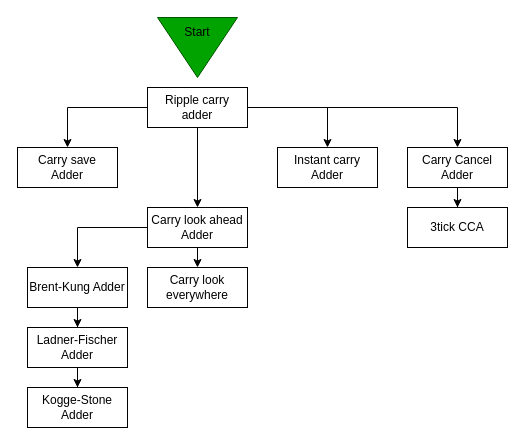
Before: page "Adders" (3 of 9) of Lesson Diagram.drawio in Kuggo/UnivOREsity, a draw.io diagram. Source tidied: cells renumbered, new cells numbered last; positions are measured from the earlier drawing's top-left corner, leaving out a move shared by most shapes. Both pictures are drawn from the tidied source at 100%, with x=0, y=0 at pixel (17, 7).
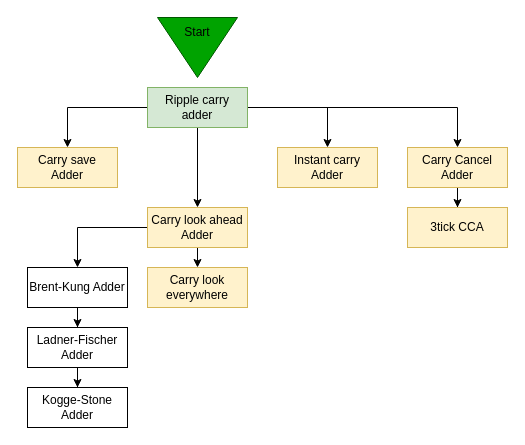
The same page after the edit.

The edit, as a diff of the source:
```diff
@@
-    <mxCell id="6" value="Ripple carry adder" style="rounded=0;whiteSpace=wrap;html=1;" parent="1" vertex="1">
+    <mxCell id="6" value="Ripple carry adder" style="rounded=0;whiteSpace=wrap;html=1;fillColor=#d5e8d4;strokeColor=#82b366;" parent="1" vertex="1">
       <mxGeometry x="130" y="80" width="100" height="40" as="geometry" />
     </mxCell>
@@
-    <mxCell id="9" value="Carry look ahead&lt;br&gt;Adder" style="rounded=0;whiteSpace=wrap;html=1;" parent="1" vertex="1">
+    <mxCell id="9" value="Carry look ahead&lt;br&gt;Adder" style="rounded=0;whiteSpace=wrap;html=1;fillColor=#fff2cc;strokeColor=#d6b656;" parent="1" vertex="1">
       <mxGeometry x="130" y="200" width="100" height="40" as="geometry" />
     </mxCell>
-    <mxCell id="10" value="Carry look everywhere" style="rounded=0;whiteSpace=wrap;html=1;" parent="1" vertex="1">
+    <mxCell id="10" value="Carry look everywhere" style="rounded=0;whiteSpace=wrap;html=1;fillColor=#fff2cc;strokeColor=#d6b656;" parent="1" vertex="1">
       <mxGeometry x="130" y="260" width="100" height="40" as="geometry" />
     </mxCell>
@@
-    <mxCell id="14" value="Carry save&lt;br&gt;Adder" style="rounded=0;whiteSpace=wrap;html=1;" parent="1" vertex="1">
+    <mxCell id="14" value="Carry save&lt;br&gt;Adder" style="rounded=0;whiteSpace=wrap;html=1;fillColor=#fff2cc;strokeColor=#d6b656;" parent="1" vertex="1">
       <mxGeometry y="140" width="100" height="40" as="geometry" />
     </mxCell>
-    <mxCell id="15" value="Instant carry&lt;br&gt;Adder" style="rounded=0;whiteSpace=wrap;html=1;" parent="1" vertex="1">
+    <mxCell id="15" value="Instant carry&lt;br&gt;Adder" style="rounded=0;whiteSpace=wrap;html=1;fillColor=#fff2cc;strokeColor=#d6b656;" parent="1" vertex="1">
       <mxGeometry x="260" y="140" width="100" height="40" as="geometry" />
     </mxCell>
@@
-    <mxCell id="17" value="Carry Cancel Adder" style="rounded=0;whiteSpace=wrap;html=1;" parent="1" vertex="1">
+    <mxCell id="17" value="Carry Cancel Adder" style="rounded=0;whiteSpace=wrap;html=1;fillColor=#fff2cc;strokeColor=#d6b656;" parent="1" vertex="1">
       <mxGeometry x="390" y="140" width="100" height="40" as="geometry" />
     </mxCell>
-    <mxCell id="18" value="3tick CCA" style="rounded=0;whiteSpace=wrap;html=1;" parent="1" vertex="1">
+    <mxCell id="18" value="3tick CCA" style="rounded=0;whiteSpace=wrap;html=1;fillColor=#fff2cc;strokeColor=#d6b656;" parent="1" vertex="1">
       <mxGeometry x="390" y="200" width="100" height="40" as="geometry" />
     </mxCell>
```
